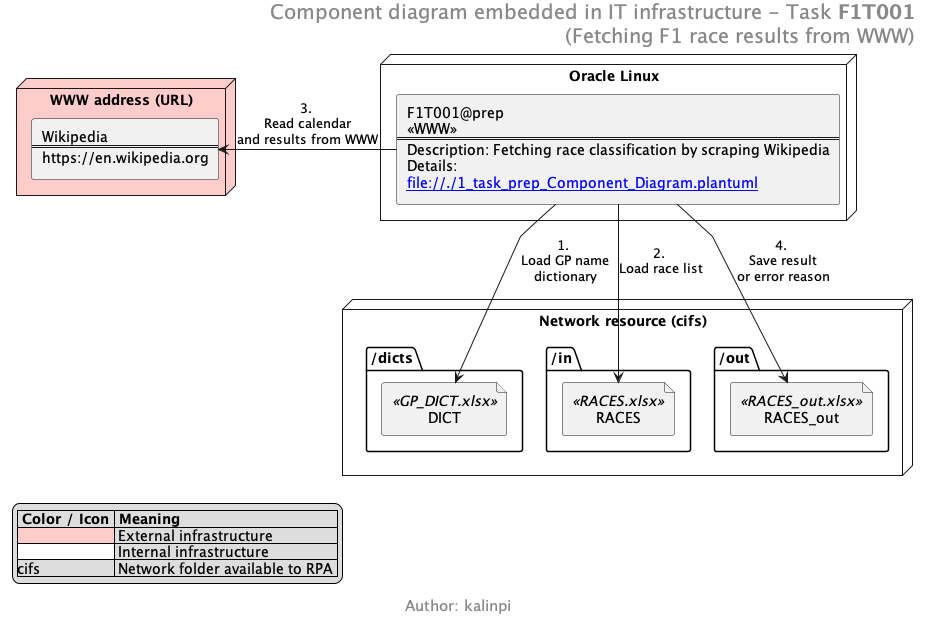
kalinpi/f1-rpa keeps this PlantUML diagram as www/f1t001/docs/EN/0_tasks_Infrastructure.png. Above is the earlier version.
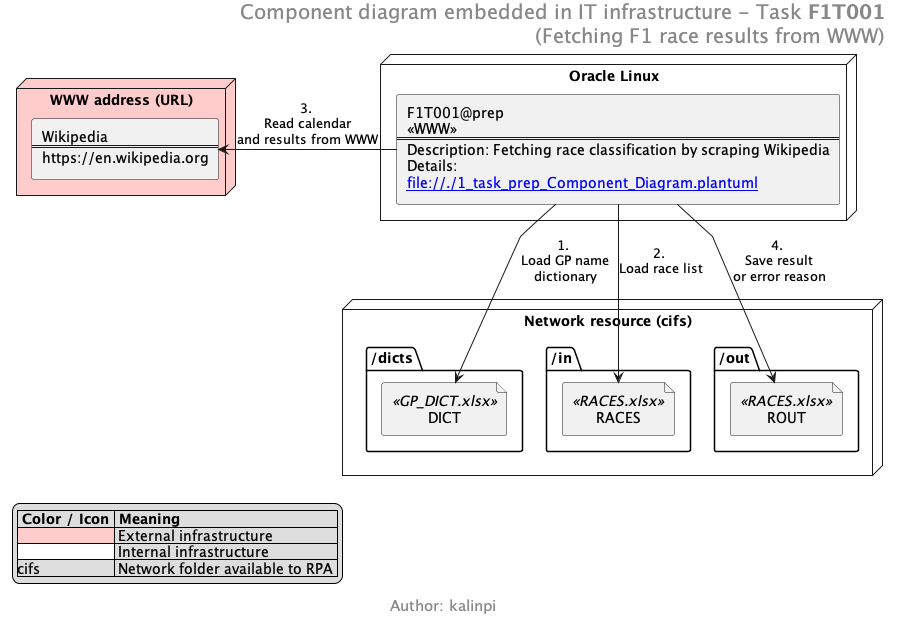
The same diagram one commit later.

Change to the diagram source:
```diff
@@ -29,7 +29,7 @@
     file RACES <<RACES.xlsx>>
   }
   folder out_folder as "/out" {
-    file RACES_out <<RACES_out.xlsx>>
+    file ROUT <<RACES.xlsx>>
   }
 }
 
@@ -44,7 +44,7 @@
 Robot -d-> DICT      : 1. \nLoad GP name\ndictionary
 Robot -d-> RACES     : 2. \nLoad race list
 Robot -l-> URL       : 3. \nRead calendar\nand results from WWW
-Robot -u-> RACES_out : 4. \nSave result\nor error reason
+Robot -u-> ROUT      : 4. \nSave result\nor error reason
 
 legend bottom left
   |= Color / Icon |= Meaning |
```
